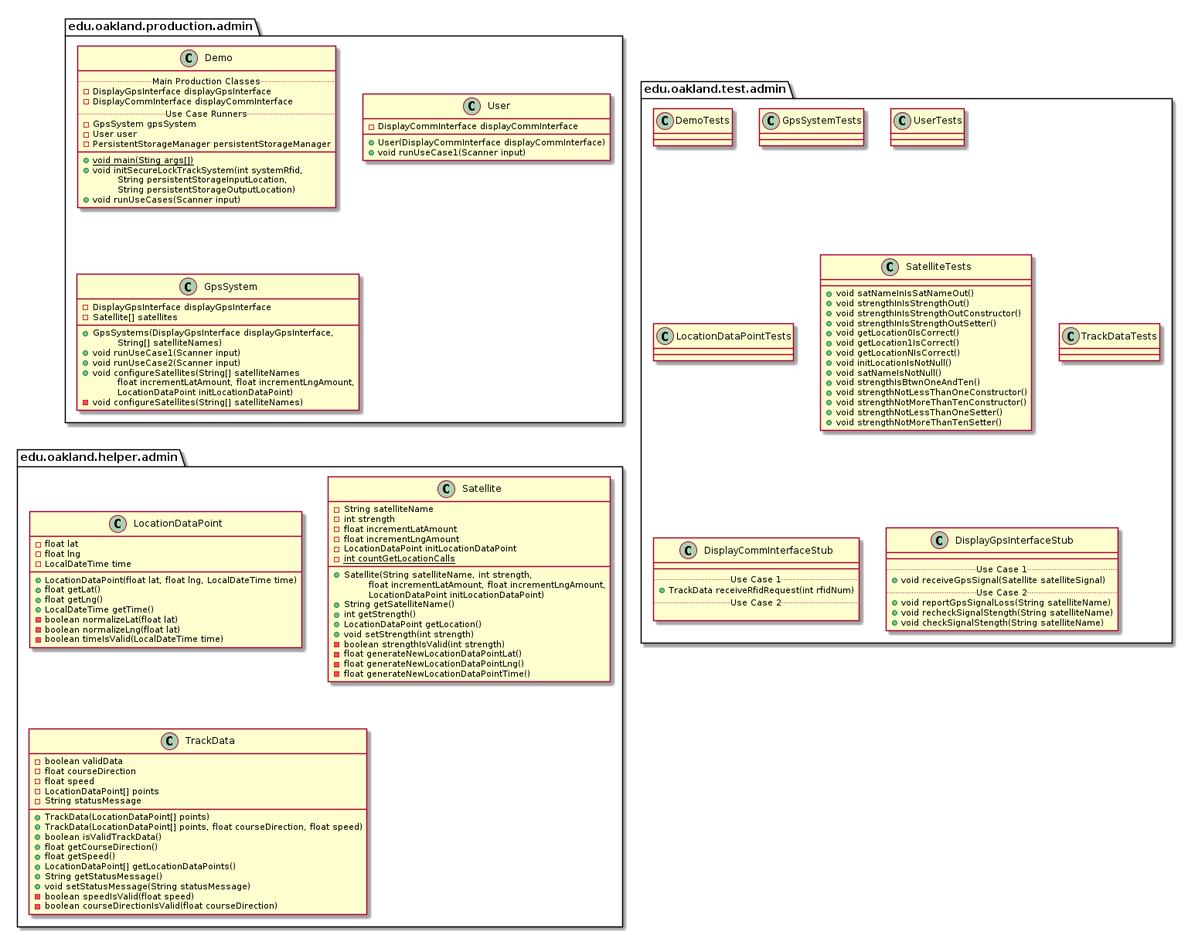
andrewdimmer/csi-3370-software-project keeps this PlantUML diagram as docs/uml-class-diagrams/admin/AdminPackages.png. Above is the earlier version.
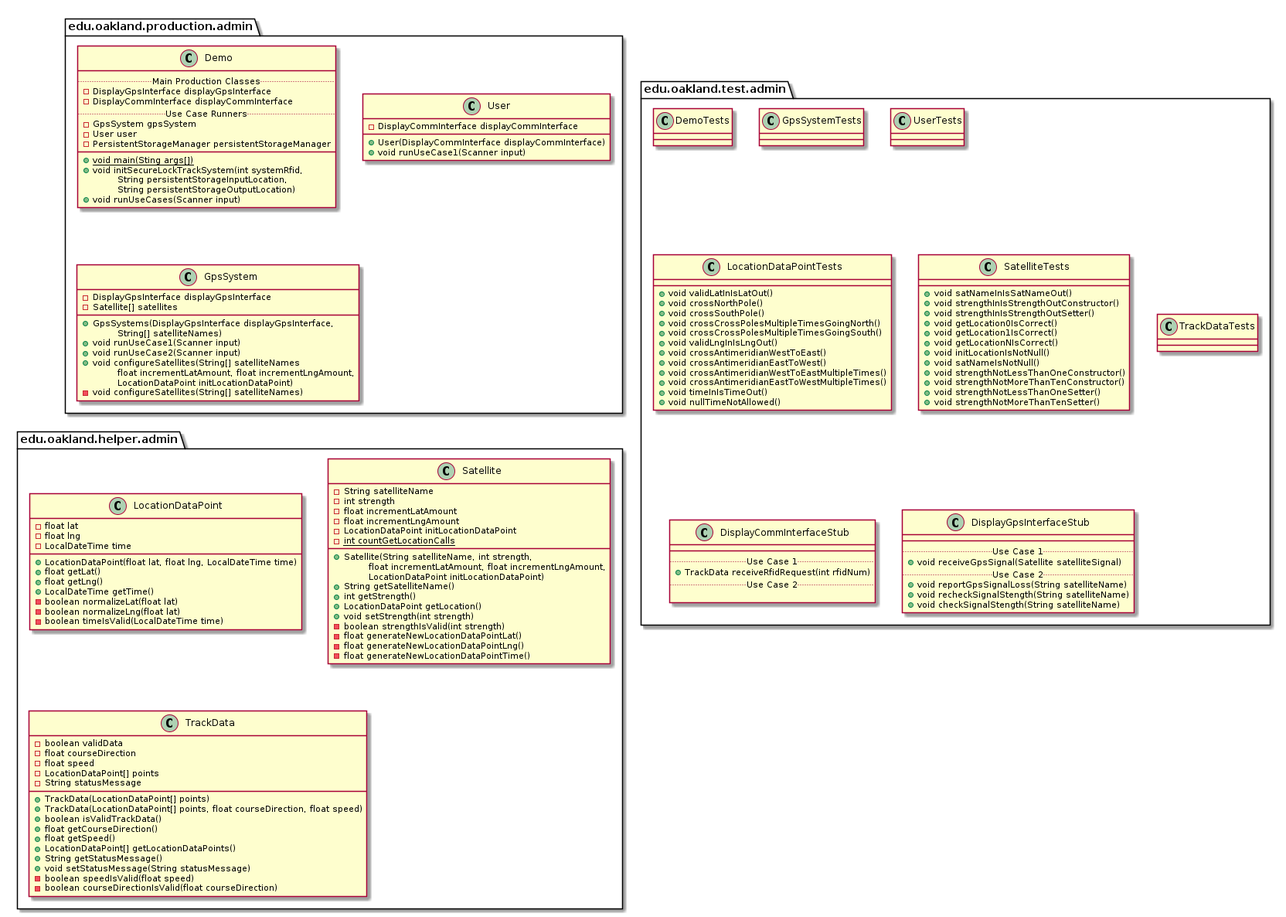
Above is the later version.

Change to the diagram source:
```diff
@@ -80,7 +80,18 @@
 
 package edu.oakland.test.admin {
     class LocationDataPointTests {
-
+        + void validLatInIsLatOut()
+        + void crossNorthPole()
+        + void crossSouthPole()
+        + void crossCrossPolesMultipleTimesGoingNorth()
+        + void crossCrossPolesMultipleTimesGoingSouth()
+        + void validLngInIsLngOut()
+        + void crossAntimeridianWestToEast()
+        + void crossAntimeridianEastToWest()
+        + void crossAntimeridianWestToEastMultipleTimes()
+        + void crossAntimeridianEastToWestMultipleTimes()
+        + void timeInIsTimeOut()
+        + void nullTimeNotAllowed()
     }
 }
 
@@ -88,7 +99,6 @@
 package edu.oakland.test.admin {
     class SatelliteTests {
        + void satNameInIsSatNameOut()
-       + void strengthInIsStrengthOut()
        + void strengthInIsStrengthOutConstructor()
        + void strengthInIsStrengthOutSetter()
        + void getLocation0IsCorrect()
@@ -96,7 +106,6 @@
        + void getLocationNIsCorrect()
        + void initLocationIsNotNull()
        + void satNameIsNotNull()
-       + void strengthIsBtwnOneAndTen()
        + void strengthNotLessThanOneConstructor()
        + void strengthNotMoreThanTenConstructor()
        + void strengthNotLessThanOneSetter()
```
